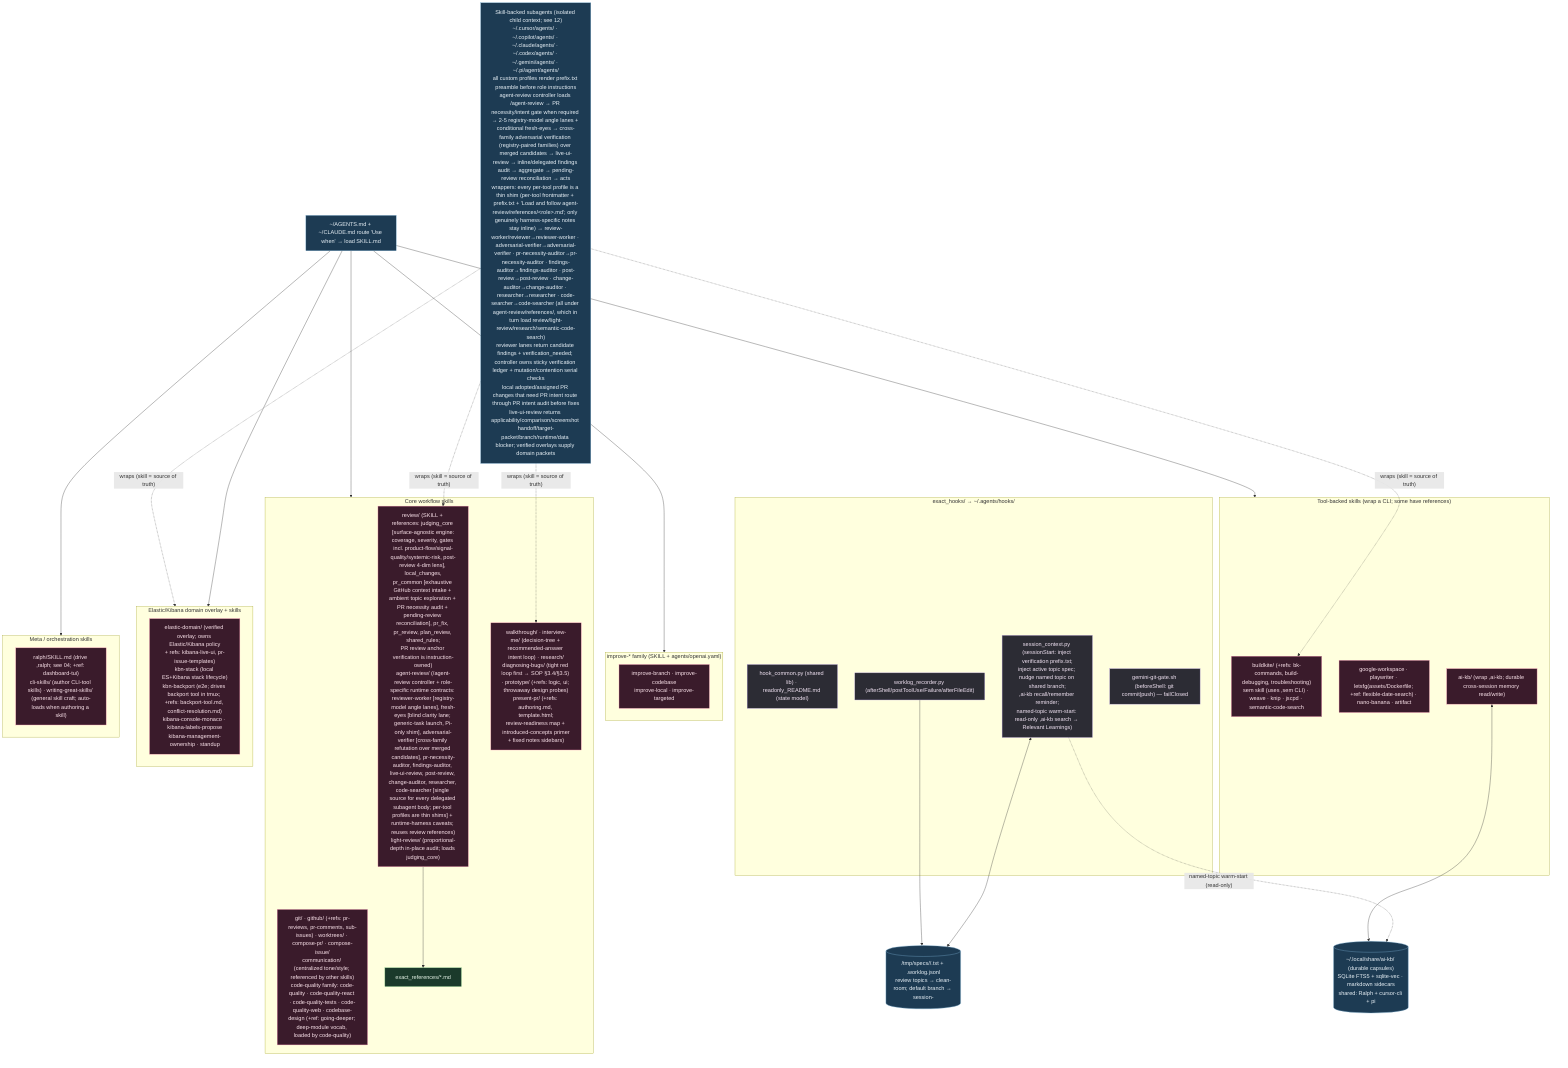
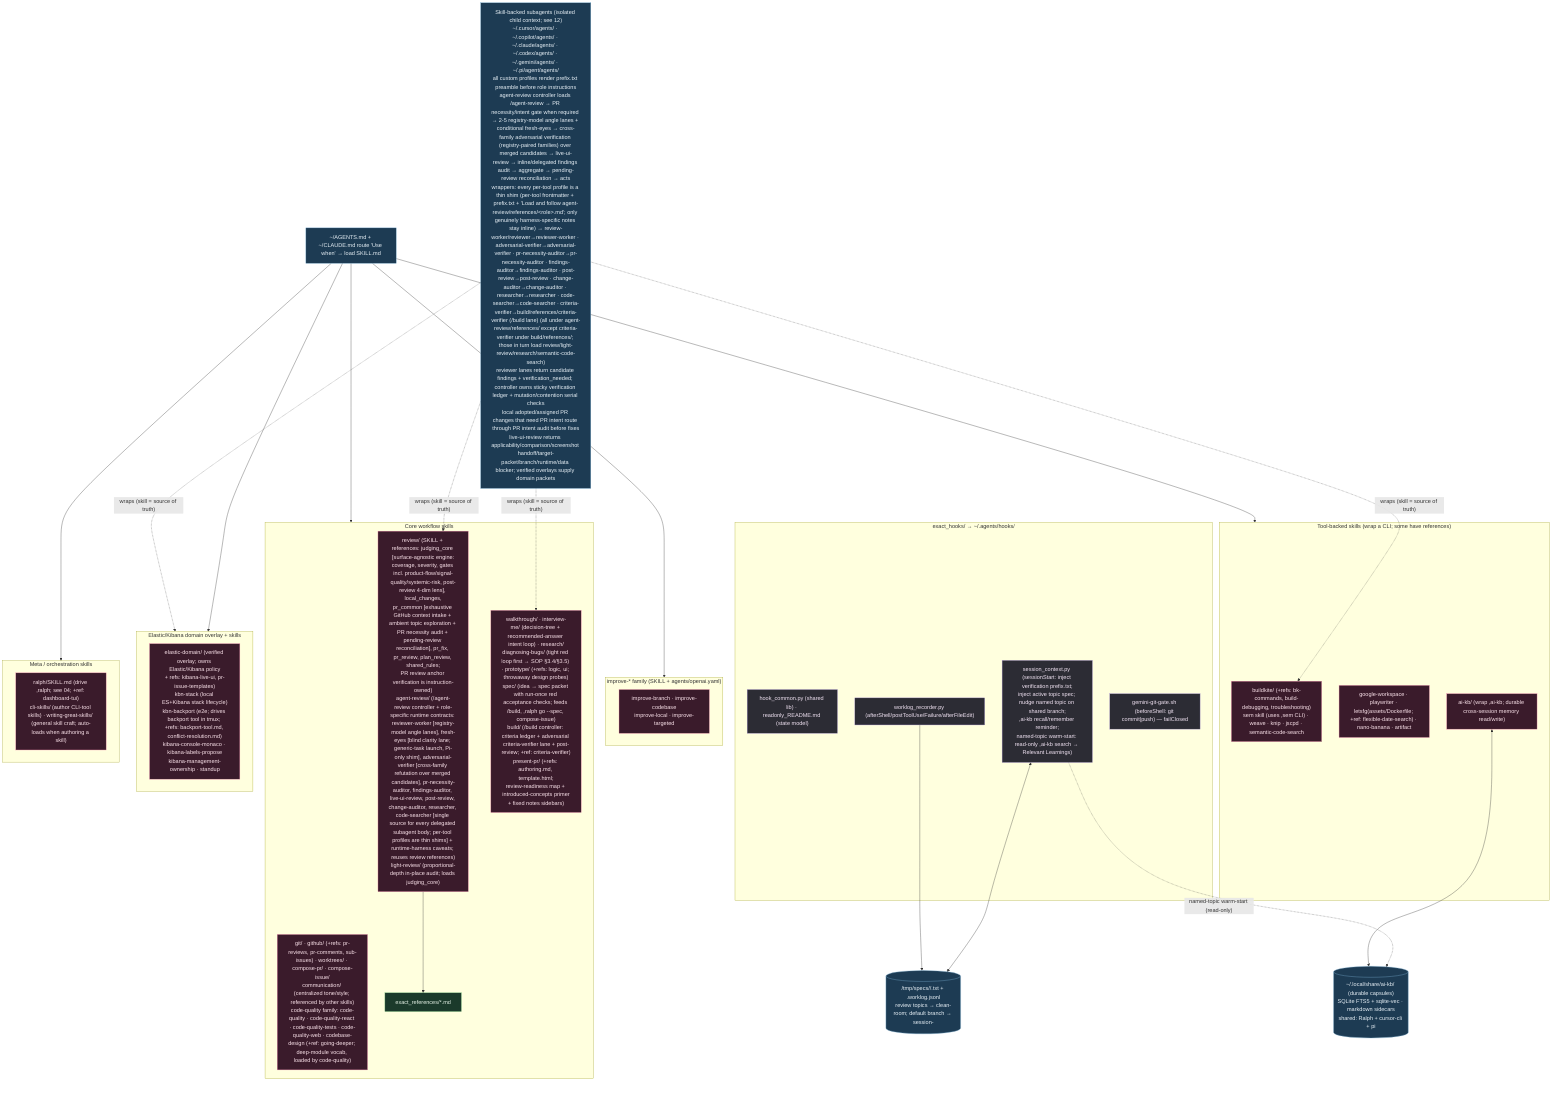
%% ============================================================================
- %% 03b-agent-skills-hooks.mmd — Every file under home/exact_dot_agents/ (93).
+ %% 03b-agent-skills-hooks.mmd — Every file under home/exact_dot_agents/ (96).
%% Skills → ~/.agents/skills/ (intent-routed SKILL.md). Shared hooks → ~/.agents/hooks/.
%% ============================================================================
flowchart TB
    classDef skill fill:#3a1b2b,stroke:#f48fb1,color:#fce4ec;
    classDef hook fill:#2c2c34,stroke:#b39ddb,color:#f3e5f5;
    classDef ref fill:#1b3a2b,stroke:#81c784,color:#e8f5e9;
    classDef data fill:#1d3b53,stroke:#7fb3d5,color:#eaf2f8;

    subgraph HOOKS["exact_hooks/ → ~/.agents/hooks/"]
        HC["hook_common.py (shared lib) · readonly_README.md (state model)"]:::hook
        SCx["session_context.py (sessionStart: inject verification prefix.txt;<br/>inject active topic spec; nudge named topic on shared branch;<br/>,ai-kb recall/remember reminder;<br/>named-topic warm-start: read-only ,ai-kb search → Relevant Learnings)"]:::hook
        WLx["worklog_recorder.py (afterShell/postToolUse/Failure/afterFileEdit)"]:::hook
        GG["gemini-git-gate.sh (beforeShell: git commit|push) — failClosed"]:::hook
    end

    MEM[("/tmp/specs/<pwd>/<topic>.txt + .worklog.jsonl<br/>review topics → clean-room; default branch → session-<id>")]:::data
    SCx <--> MEM
    WLx --> MEM

    KBDB[("~/.local/share/ai-kb/ (durable capsules)<br/>SQLite FTS5 + sqlite-vec · markdown sidecars<br/>shared: Ralph + cursor-cli + pi")]:::data
    SCx -. "named-topic warm-start (read-only)" .-> KBDB

    subgraph CORE["Core workflow skills"]
        S1["review/ (SKILL + references: judging_core [surface-agnostic engine:<br/>coverage, severity, gates incl. product-flow/signal-quality/systemic-risk, post-review 4-dim lens], local_changes,<br/>pr_common [exhaustive GitHub context intake + ambient topic exploration + PR necessity audit + pending-review reconciliation], pr_fix, pr_review, plan_review, shared_rules;<br/>PR review anchor verification is instruction-owned)<br/>agent-review/ (/agent-review controller + role-specific runtime contracts: reviewer-worker [registry-model angle lanes], fresh-eyes [blind clarity lane; generic-task launch, Pi-only shim], adversarial-verifier [cross-family refutation over merged candidates], pr-necessity-auditor, findings-auditor, live-ui-review, post-review, change-auditor, researcher, code-searcher [single source for every delegated subagent body; per-tool profiles are thin shims] + runtime-harness caveats; reuses review references)<br/>light-review/ (proportional-depth in-place audit; loads judging_core)"]:::skill
        S2["git/ · github/ (+refs: pr-reviews, pr-comments, sub-issues) · worktrees/ · compose-pr/ · compose-issue/<br/>communication/ (centralized tone/style; referenced by other skills)<br/>code-quality family: code-quality · code-quality-react · code-quality-tests · code-quality-web · codebase-design (+ref: going-deeper; deep-module vocab, loaded by code-quality)"]:::skill
-         S3["walkthrough/ · interview-me/ (decision-tree + recommended-answer intent loop) · research/<br/>diagnosing-bugs/ (tight red loop first → SOP §3.4/§3.5) · prototype/ (+refs: logic, ui; throwaway design probes)<br/>present-pr/ (+refs: authoring.md, template.html;<br/>review-readiness map + introduced-concepts primer<br/>+ fixed notes sidebars)"]:::skill
+         S3["walkthrough/ · interview-me/ (decision-tree + recommended-answer intent loop) · research/<br/>diagnosing-bugs/ (tight red loop first → SOP §3.4/§3.5) · prototype/ (+refs: logic, ui; throwaway design probes)<br/>spec/ (idea → spec packet with run-once red acceptance checks; feeds /build, ,ralph go --spec, compose-issue)<br/>build/ (/build controller: criteria ledger + adversarial criteria-verifier lane + post-review; +ref: criteria-verifier)<br/>present-pr/ (+refs: authoring.md, template.html;<br/>review-readiness map + introduced-concepts primer<br/>+ fixed notes sidebars)"]:::skill
        S1 --> R1["exact_references/*.md"]:::ref
    end

    subgraph IMPROVE["improve-* family (SKILL + agents/openai.yaml)"]
        S4["improve-branch · improve-codebase<br/>improve-local · improve-targeted"]:::skill
    end

    subgraph TOOLS["Tool-backed skills (wrap a CLI; some have references)"]
        S5["buildkite/ (+refs: bk-commands, build-debugging, troubleshooting)<br/>sem skill (uses ,sem CLI) · weave · knip · jscpd · semantic-code-search"]:::skill
        S6["google-workspace · playwriter · letsfg(assets/Dockerfile; +ref: flexible-date-search) · nano-banana · artifact"]:::skill
        S7["ai-kb/ (wrap ,ai-kb; durable cross-session memory read/write)"]:::skill
    end

    subgraph KBN["Elastic/Kibana domain overlay + skills"]
        S8["elastic-domain/ (verified overlay; owns Elastic/Kibana policy<br/>+ refs: kibana-live-ui, pr-issue-templates)<br/>kbn-stack (local ES+Kibana stack lifecycle)<br/>kbn-backport (e2e; drives backport tool in tmux; +refs: backport-tool.md, conflict-resolution.md)<br/>kibana-console-monaco · kibana-labels-propose<br/>kibana-management-ownership · standup"]:::skill
    end

    subgraph META["Meta / orchestration skills"]
        S9["ralph/SKILL.md (drive ,ralph; see 04; +ref: dashboard-tui)<br/>cli-skills/ (author CLI-tool skills) · writing-great-skills/ (general skill craft; auto-loads when authoring a skill)"]:::skill
    end

    SOPS["~/AGENTS.md + ~/CLAUDE.md route 'Use when' → load SKILL.md"]:::data
    SOPS --> CORE & IMPROVE & TOOLS & KBN & META
    S7 <--> KBDB

-     SUBA["Skill-backed subagents (isolated child context; see 12)<br/>~/.cursor/agents/ · ~/.copilot/agents/ · ~/.claude/agents/ · ~/.codex/agents/ · ~/.gemini/agents/ · ~/.pi/agent/agents/<br/>all custom profiles render prefix.txt preamble before role instructions<br/>agent-review controller loads /agent-review → PR necessity/intent gate when required → 2-5 registry-model angle lanes + conditional fresh-eyes → cross-family adversarial verification (registry-paired families) over merged candidates → live-ui-review → inline/delegated findings audit → aggregate → pending-review reconciliation → acts<br/>wrappers: every per-tool profile is a thin shim (per-tool frontmatter + prefix.txt + 'Load and follow agent-review/references/&lt;role&gt;.md'; only genuinely harness-specific notes stay inline) → review-worker/reviewer→reviewer-worker · adversarial-verifier→adversarial-verifier · pr-necessity-auditor→pr-necessity-auditor · findings-auditor→findings-auditor · post-review→post-review · change-auditor→change-auditor · researcher→researcher · code-searcher→code-searcher (all under agent-review/references/, which in turn load review/light-review/research/semantic-code-search)<br/>reviewer lanes return candidate findings + verification_needed; controller owns sticky verification ledger + mutation/contention serial checks<br/>local adopted/assigned PR changes that need PR intent route through PR intent audit before fixes<br/>live-ui-review returns applicability/comparison/screenshot handoff/target-packet/branch/runtime/data blocker; verified overlays supply domain packets"]:::data
+     SUBA["Skill-backed subagents (isolated child context; see 12)<br/>~/.cursor/agents/ · ~/.copilot/agents/ · ~/.claude/agents/ · ~/.codex/agents/ · ~/.gemini/agents/ · ~/.pi/agent/agents/<br/>all custom profiles render prefix.txt preamble before role instructions<br/>agent-review controller loads /agent-review → PR necessity/intent gate when required → 2-5 registry-model angle lanes + conditional fresh-eyes → cross-family adversarial verification (registry-paired families) over merged candidates → live-ui-review → inline/delegated findings audit → aggregate → pending-review reconciliation → acts<br/>wrappers: every per-tool profile is a thin shim (per-tool frontmatter + prefix.txt + 'Load and follow agent-review/references/&lt;role&gt;.md'; only genuinely harness-specific notes stay inline) → review-worker/reviewer→reviewer-worker · adversarial-verifier→adversarial-verifier · pr-necessity-auditor→pr-necessity-auditor · findings-auditor→findings-auditor · post-review→post-review · change-auditor→change-auditor · researcher→researcher · code-searcher→code-searcher · criteria-verifier→build/references/criteria-verifier (/build lane) (all under agent-review/references/ except criteria-verifier under build/references/; those in turn load review/light-review/research/semantic-code-search)<br/>reviewer lanes return candidate findings + verification_needed; controller owns sticky verification ledger + mutation/contention serial checks<br/>local adopted/assigned PR changes that need PR intent route through PR intent audit before fixes<br/>live-ui-review returns applicability/comparison/screenshot handoff/target-packet/branch/runtime/data blocker; verified overlays supply domain packets"]:::data
    SUBA -.->|"wraps (skill = source of truth)"| S1 & S3 & S5 & KBN
